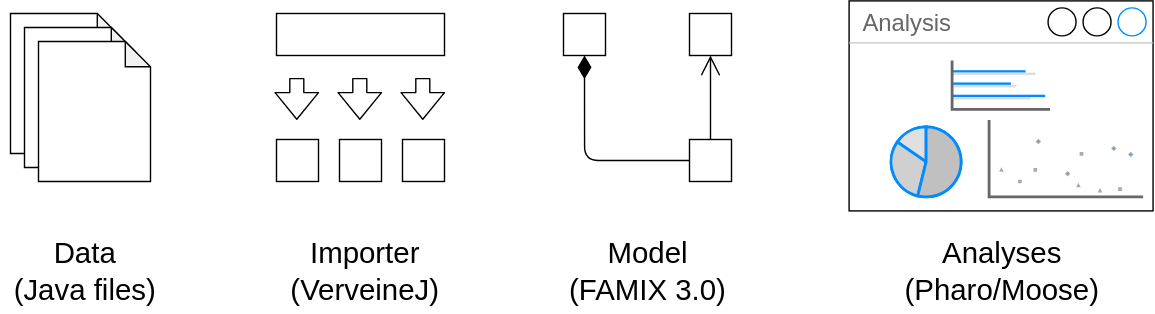
Earlier version of the draw.io export img/posts/towards-analyzing-typescript/puzzle.drawio.svg (moosetechnology/moosetechnology.github.io). Source tidied: cells renumbered, new cells last; positions are measured from the earlier drawing's top-left corner, leaving out a move shared by most shapes. The source it was exported from:
```xml
<mxGraphModel>
  <root>
    <mxCell id="0" />
    <mxCell id="1" parent="0" />
    <mxCell id="2" style="rounded=0;whiteSpace=wrap;html=1;" parent="1" vertex="1">
      <mxGeometry x="197" y="9" width="120" height="30" as="geometry" />
    </mxCell>
    <mxCell id="3" style="whiteSpace=wrap;html=1;" parent="1" vertex="1">
      <mxGeometry x="197" y="99" width="30" height="30" as="geometry" />
    </mxCell>
    <mxCell id="4" style="shape=flexArrow;endArrow=classic;html=1;" parent="1" edge="1">
      <mxGeometry relative="1" as="geometry">
        <mxPoint x="211.5" y="55" as="sourcePoint" />
        <mxPoint x="211.5" y="85" as="targetPoint" />
      </mxGeometry>
    </mxCell>
    <mxCell id="5" style="whiteSpace=wrap;html=1;" parent="1" vertex="1">
      <mxGeometry x="242" y="99" width="30" height="30" as="geometry" />
    </mxCell>
    <mxCell id="6" style="shape=flexArrow;endArrow=classic;html=1;" parent="1" edge="1">
      <mxGeometry relative="1" as="geometry">
        <mxPoint x="256.5" y="55" as="sourcePoint" />
        <mxPoint x="256.5" y="85" as="targetPoint" />
      </mxGeometry>
    </mxCell>
    <mxCell id="7" style="whiteSpace=wrap;html=1;" parent="1" vertex="1">
      <mxGeometry x="287" y="99" width="30" height="30" as="geometry" />
    </mxCell>
    <mxCell id="8" style="shape=flexArrow;endArrow=classic;html=1;" parent="1" edge="1">
      <mxGeometry relative="1" as="geometry">
        <mxPoint x="301.5" y="55" as="sourcePoint" />
        <mxPoint x="301.5" y="85" as="targetPoint" />
      </mxGeometry>
    </mxCell>
    <mxCell id="9" value="Analysis" style="strokeWidth=1;shadow=0;dashed=0;align=center;html=1;shape=mxgraph.mockup.containers.window;align=left;verticalAlign=top;spacingLeft=8;strokeColor2=#008cff;strokeColor3=#c4c4c4;fontColor=#666666;mainText=;fontSize=17;labelBackgroundColor=none;" parent="1" vertex="1">
      <mxGeometry x="606" width="217.1" height="150" as="geometry" />
    </mxCell>
    <mxCell id="10" style="verticalLabelPosition=bottom;shadow=0;dashed=0;align=center;html=1;verticalAlign=top;strokeWidth=1;shape=mxgraph.mockup.graphics.pieChart;strokeColor=#008cff;parts=10,20,35;partColors=#e0e0e0,#d0d0d0,#c0c0c0,#b0b0b0,#a0a0a0;strokeWidth=2;" parent="1" vertex="1">
      <mxGeometry x="636" y="90" width="50" height="50" as="geometry" />
    </mxCell>
    <mxCell id="11" style="verticalLabelPosition=bottom;shadow=0;dashed=0;align=center;html=1;verticalAlign=top;strokeWidth=1;shape=mxgraph.mockup.graphics.plotChart;strokeColor=none;strokeColor2=#aaaaaa;strokeColor3=#666666;fillColor2=#99aaff,#0022ff,#008cff;" parent="1" vertex="1">
      <mxGeometry x="706" y="85" width="110" height="55" as="geometry" />
    </mxCell>
    <mxCell id="12" style="verticalLabelPosition=bottom;shadow=0;dashed=0;align=center;html=1;verticalAlign=top;strokeWidth=1;shape=mxgraph.mockup.graphics.barChart;strokeColor=none;strokeColor2=none;strokeColor3=#666666;fillColor2=#008cff;fillColor3=#dddddd;" parent="1" vertex="1">
      <mxGeometry x="679.6" y="42.5" width="70" height="35" as="geometry" />
    </mxCell>
    <mxCell id="13" value="Data&lt;br&gt;(Java files)" style="text;html=1;align=center;verticalAlign=middle;strokeColor=none;fontSize=21;" parent="1" vertex="1">
      <mxGeometry y="163" width="120" height="60" as="geometry" />
    </mxCell>
    <mxCell id="14" style="group;" parent="1" vertex="1">
      <mxGeometry x="7" y="9" width="100" height="120" as="geometry" />
    </mxCell>
    <mxCell id="15" style="shape=note;whiteSpace=wrap;html=1;backgroundOutline=1;darkOpacity=0.05;size=18;" parent="14" vertex="1">
      <mxGeometry width="80" height="100" as="geometry" />
    </mxCell>
    <mxCell id="16" style="shape=note;whiteSpace=wrap;html=1;backgroundOutline=1;darkOpacity=0.05;size=18;" parent="14" vertex="1">
      <mxGeometry x="10" y="10" width="80" height="100" as="geometry" />
    </mxCell>
    <mxCell id="17" style="shape=note;whiteSpace=wrap;html=1;backgroundOutline=1;darkOpacity=0.05;size=18;" parent="14" vertex="1">
      <mxGeometry x="20" y="20" width="80" height="100" as="geometry" />
    </mxCell>
    <mxCell id="18" value="Importer&lt;br&gt;(VerveineJ)" style="text;html=1;align=center;verticalAlign=middle;strokeColor=none;fontSize=21;" parent="1" vertex="1">
      <mxGeometry x="200" y="163" width="120" height="60" as="geometry" />
    </mxCell>
    <mxCell id="19" value="Model&lt;br&gt;(FAMIX 3.0)" style="text;html=1;align=center;verticalAlign=middle;strokeColor=none;fontSize=21;" parent="1" vertex="1">
      <mxGeometry x="397" y="163" width="130" height="60" as="geometry" />
    </mxCell>
    <mxCell id="20" style="group;" parent="1" vertex="1">
      <mxGeometry x="402" y="9" width="120" height="120" as="geometry" />
    </mxCell>
    <mxCell id="21" style="whiteSpace=wrap;html=1;" parent="20" vertex="1">
      <mxGeometry width="30" height="30" as="geometry" />
    </mxCell>
    <mxCell id="22" style="whiteSpace=wrap;html=1;" parent="20" vertex="1">
      <mxGeometry x="90" width="30" height="30" as="geometry" />
    </mxCell>
    <mxCell id="23" style="whiteSpace=wrap;html=1;" parent="20" vertex="1">
      <mxGeometry x="90" y="90" width="30" height="30" as="geometry" />
    </mxCell>
    <mxCell id="24" style="endArrow=none;html=1;endSize=12;startArrow=diamondThin;startSize=14;startFill=1;edgeStyle=orthogonalEdgeStyle;align=left;verticalAlign=bottom;exitX=0.5;exitY=1;exitDx=0;exitDy=0;entryX=0;entryY=0.5;entryDx=0;entryDy=0;endFill=0;" parent="20" edge="1" source="21" target="23">
      <mxGeometry x="-0.87" y="35" relative="1" as="geometry" />
    </mxCell>
    <mxCell id="25" style="endArrow=open;endFill=1;endSize=12;html=1;exitX=0.5;exitY=0;exitDx=0;exitDy=0;entryX=0.5;entryY=1;entryDx=0;entryDy=0;" parent="20" edge="1" source="23" target="22">
      <mxGeometry relative="1" as="geometry" />
    </mxCell>
    <mxCell id="26" value="Analyses&lt;br&gt;(Pharo/Moose)" style="text;html=1;align=center;verticalAlign=middle;strokeColor=none;fontSize=21;" parent="1" vertex="1">
      <mxGeometry x="639.6" y="163" width="150" height="60" as="geometry" />
    </mxCell>
  </root>
</mxGraphModel>
```
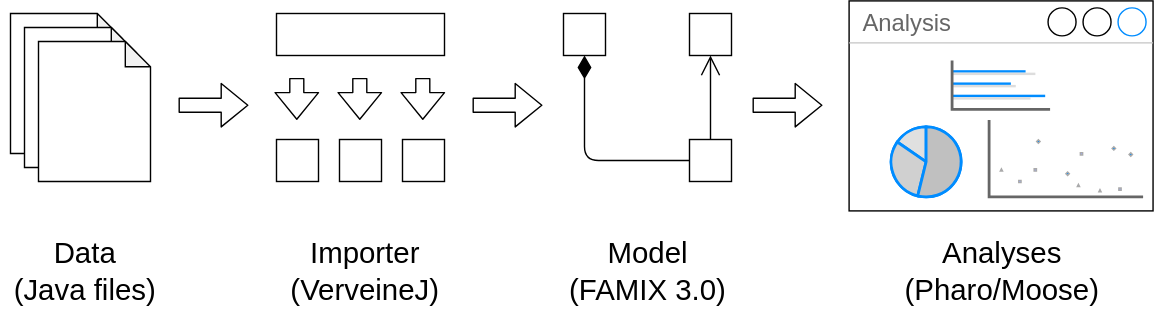
Above is the later version.

Diff of the diagram source:
```diff
@@ -86,5 +86,23 @@
     <mxCell id="26" value="Analyses&lt;br&gt;(Pharo/Moose)" style="text;html=1;align=center;verticalAlign=middle;strokeColor=none;fontSize=21;" parent="1" vertex="1">
       <mxGeometry x="639.6" y="163" width="150" height="60" as="geometry" />
     </mxCell>
+    <mxCell id="27" style="shape=flexArrow;endArrow=classic;html=1;" parent="1" edge="1">
+      <mxGeometry relative="1" as="geometry">
+        <mxPoint x="127" y="74.5" as="sourcePoint" />
+        <mxPoint x="177" y="74.5" as="targetPoint" />
+      </mxGeometry>
+    </mxCell>
+    <mxCell id="28" style="shape=flexArrow;endArrow=classic;html=1;" parent="1" edge="1">
+      <mxGeometry relative="1" as="geometry">
+        <mxPoint x="337" y="74.5" as="sourcePoint" />
+        <mxPoint x="387" y="74.5" as="targetPoint" />
+      </mxGeometry>
+    </mxCell>
+    <mxCell id="29" style="shape=flexArrow;endArrow=classic;html=1;" parent="1" edge="1">
+      <mxGeometry relative="1" as="geometry">
+        <mxPoint x="537" y="74.5" as="sourcePoint" />
+        <mxPoint x="587" y="74.5" as="targetPoint" />
+      </mxGeometry>
+    </mxCell>
   </root>
 </mxGraphModel>
```
